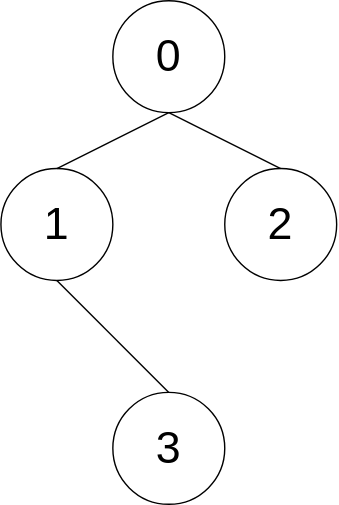
Above: lib/cpalgo/tree/lca/tests/lca_testcase1.drawio.svg in xirc/cp-algorithm (draw.io), before the change. Source tidied: cells renumbered, new cells last; positions are measured from the earlier drawing's top-left corner, leaving out a move shared by most shapes. The source it was exported from:
```xml
<mxGraphModel>
  <root>
    <mxCell id="0" />
    <mxCell id="1" parent="0" />
    <mxCell id="2" value="0" style="ellipse;whiteSpace=wrap;html=1;fontSize=32;" parent="1" vertex="1">
      <mxGeometry x="80" width="80" height="80" as="geometry" />
    </mxCell>
    <mxCell id="3" value="1" style="ellipse;whiteSpace=wrap;html=1;fontSize=32;" parent="1" vertex="1">
      <mxGeometry y="120" width="80" height="80" as="geometry" />
    </mxCell>
    <mxCell id="4" value="2" style="ellipse;whiteSpace=wrap;html=1;fontSize=32;" parent="1" vertex="1">
      <mxGeometry x="160" y="120" width="80" height="80" as="geometry" />
    </mxCell>
    <mxCell id="5" value="3" style="ellipse;whiteSpace=wrap;html=1;fontSize=32;" parent="1" vertex="1">
      <mxGeometry x="80" y="280" width="80" height="80" as="geometry" />
    </mxCell>
    <mxCell id="6" style="endArrow=none;html=1;entryX=0.5;entryY=1;entryDx=0;entryDy=0;exitX=0.5;exitY=0;exitDx=0;exitDy=0;" parent="1" edge="1" source="3" target="2">
      <mxGeometry relative="1" as="geometry" />
    </mxCell>
    <mxCell id="7" style="endArrow=none;html=1;exitX=0.5;exitY=0;exitDx=0;exitDy=0;entryX=0.5;entryY=1;entryDx=0;entryDy=0;" parent="1" edge="1" source="4" target="2">
      <mxGeometry relative="1" as="geometry" />
    </mxCell>
    <mxCell id="8" style="endArrow=none;html=1;entryX=0.5;entryY=1;entryDx=0;entryDy=0;exitX=0.5;exitY=0;exitDx=0;exitDy=0;" parent="1" edge="1" source="5" target="3">
      <mxGeometry relative="1" as="geometry" />
    </mxCell>
  </root>
</mxGraphModel>
```
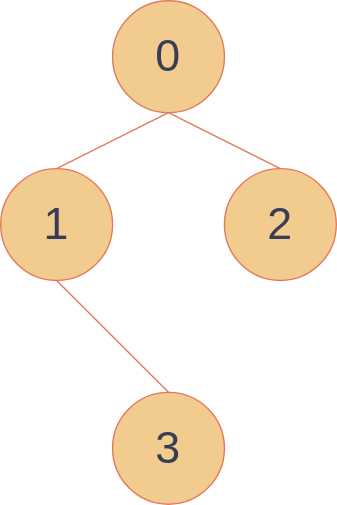
The same file after the commit.

Change to the diagram source:
```diff
@@ -1,26 +1,26 @@
-<mxGraphModel>
+<mxGraphModel background="#FFFFFF">
   <root>
     <mxCell id="0" />
     <mxCell id="1" parent="0" />
-    <mxCell id="2" value="0" style="ellipse;whiteSpace=wrap;html=1;fontSize=32;" parent="1" vertex="1">
+    <mxCell id="2" value="0" style="ellipse;whiteSpace=wrap;html=1;fontSize=32;fillColor=#F2CC8F;strokeColor=#E07A5F;fontColor=#393C56;" parent="1" vertex="1">
       <mxGeometry x="80" width="80" height="80" as="geometry" />
     </mxCell>
-    <mxCell id="3" value="1" style="ellipse;whiteSpace=wrap;html=1;fontSize=32;" parent="1" vertex="1">
+    <mxCell id="3" value="1" style="ellipse;whiteSpace=wrap;html=1;fontSize=32;fillColor=#F2CC8F;strokeColor=#E07A5F;fontColor=#393C56;" parent="1" vertex="1">
       <mxGeometry y="120" width="80" height="80" as="geometry" />
     </mxCell>
-    <mxCell id="4" value="2" style="ellipse;whiteSpace=wrap;html=1;fontSize=32;" parent="1" vertex="1">
+    <mxCell id="4" value="2" style="ellipse;whiteSpace=wrap;html=1;fontSize=32;fillColor=#F2CC8F;strokeColor=#E07A5F;fontColor=#393C56;" parent="1" vertex="1">
       <mxGeometry x="160" y="120" width="80" height="80" as="geometry" />
     </mxCell>
-    <mxCell id="5" value="3" style="ellipse;whiteSpace=wrap;html=1;fontSize=32;" parent="1" vertex="1">
+    <mxCell id="5" value="3" style="ellipse;whiteSpace=wrap;html=1;fontSize=32;fillColor=#F2CC8F;strokeColor=#E07A5F;fontColor=#393C56;" parent="1" vertex="1">
       <mxGeometry x="80" y="280" width="80" height="80" as="geometry" />
     </mxCell>
-    <mxCell id="6" style="endArrow=none;html=1;entryX=0.5;entryY=1;entryDx=0;entryDy=0;exitX=0.5;exitY=0;exitDx=0;exitDy=0;" parent="1" edge="1" source="3" target="2">
+    <mxCell id="6" style="endArrow=none;html=1;entryX=0.5;entryY=1;entryDx=0;entryDy=0;exitX=0.5;exitY=0;exitDx=0;exitDy=0;labelBackgroundColor=#F4F1DE;strokeColor=#E07A5F;fontColor=#393C56;" parent="1" edge="1" source="3" target="2">
       <mxGeometry relative="1" as="geometry" />
     </mxCell>
-    <mxCell id="7" style="endArrow=none;html=1;exitX=0.5;exitY=0;exitDx=0;exitDy=0;entryX=0.5;entryY=1;entryDx=0;entryDy=0;" parent="1" edge="1" source="4" target="2">
+    <mxCell id="7" style="endArrow=none;html=1;exitX=0.5;exitY=0;exitDx=0;exitDy=0;entryX=0.5;entryY=1;entryDx=0;entryDy=0;labelBackgroundColor=#F4F1DE;strokeColor=#E07A5F;fontColor=#393C56;" parent="1" edge="1" source="4" target="2">
       <mxGeometry relative="1" as="geometry" />
     </mxCell>
-    <mxCell id="8" style="endArrow=none;html=1;entryX=0.5;entryY=1;entryDx=0;entryDy=0;exitX=0.5;exitY=0;exitDx=0;exitDy=0;" parent="1" edge="1" source="5" target="3">
+    <mxCell id="8" style="endArrow=none;html=1;entryX=0.5;entryY=1;entryDx=0;entryDy=0;exitX=0.5;exitY=0;exitDx=0;exitDy=0;labelBackgroundColor=#F4F1DE;strokeColor=#E07A5F;fontColor=#393C56;" parent="1" edge="1" source="5" target="3">
       <mxGeometry relative="1" as="geometry" />
     </mxCell>
   </root>
```
